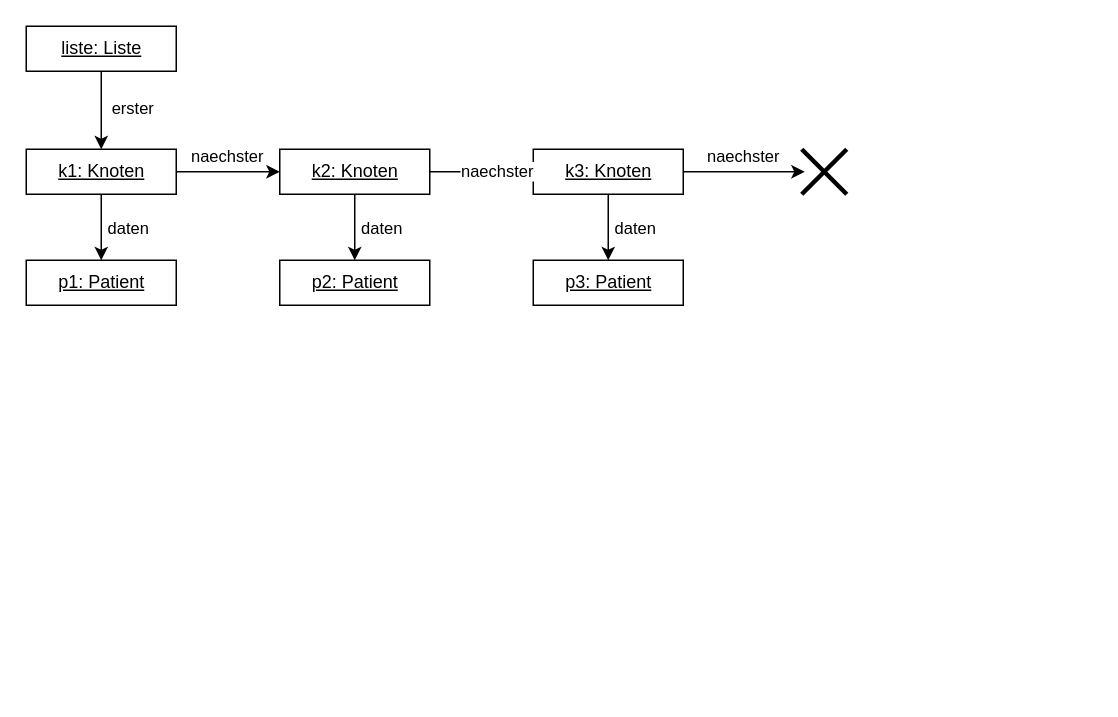
JoernWVSG/diagram keeps this draw.io diagram as page "Objektdiagramme" (4 of 4) of q11-liste-tsi.drawio. Above is the earlier version. Source tidied: cells renumbered, new cells numbered last; positions are measured from the earlier drawing's top-left corner, leaving out a move shared by most shapes. Both pictures are drawn from the tidied source at 150%, with x=0, y=0 at pixel (26, 26).
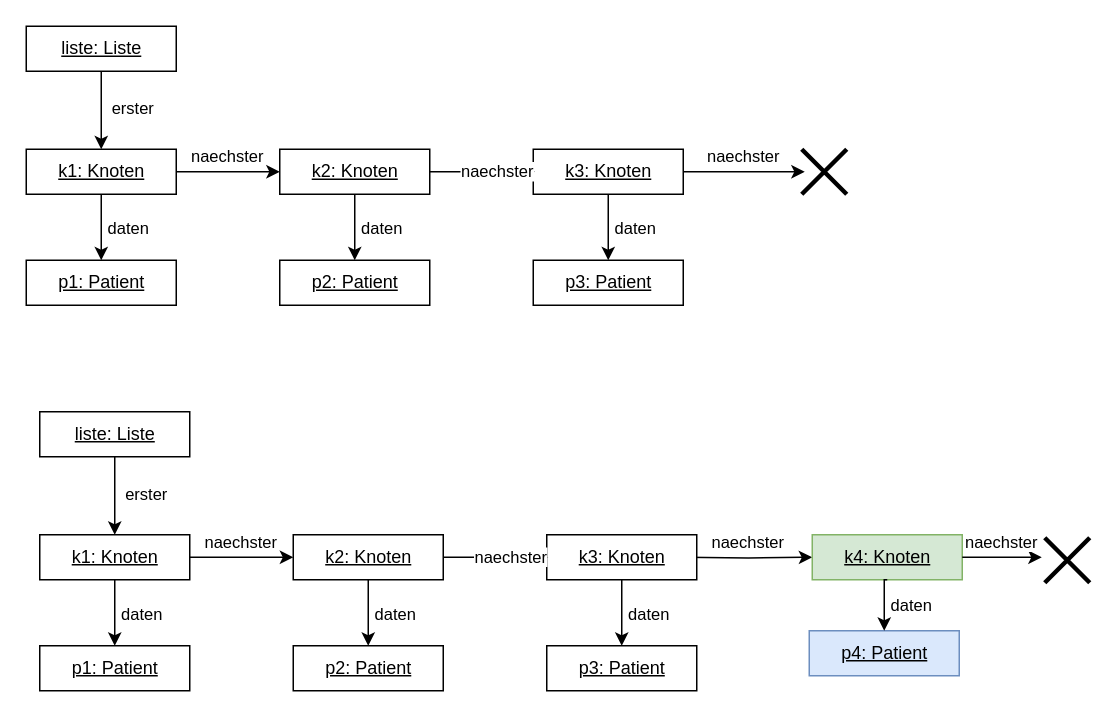
The same page after the edit.

The edit, as a diff of the source:
```diff
@@
+    <mxCell id="20" value="&lt;u&gt;liste: Liste&lt;/u&gt;" style="html=1;" parent="1" vertex="1">
+      <mxGeometry x="9" y="257" width="100" height="30" as="geometry" />
+    </mxCell>
+    <mxCell id="21" value="naechster" style="edgeStyle=orthogonalEdgeStyle;rounded=0;jettySize=auto;html=1;exitX=1;exitY=0.5;exitDx=0;exitDy=0;" parent="1" edge="1" source="24" target="25">
+      <mxGeometry x="-0.01" y="10" relative="1" as="geometry" />
+    </mxCell>
+    <mxCell id="22" style="edgeStyle=orthogonalEdgeStyle;rounded=0;jettySize=auto;html=1;exitX=0.5;exitY=1;exitDx=0;exitDy=0;entryX=0.5;entryY=0;entryDx=0;entryDy=0;endArrow=classic;endFill=1;" parent="1" edge="1" source="24" target="31">
+      <mxGeometry relative="1" as="geometry" />
+    </mxCell>
+    <mxCell id="23" value="daten" style="edgeLabel;html=1;align=center;verticalAlign=middle;" parent="22" vertex="1">
+      <mxGeometry x="-0.14" y="2" relative="1" as="geometry">
+        <mxPoint x="15" y="3" as="offset" />
+      </mxGeometry>
+    </mxCell>
+    <mxCell id="24" value="&lt;u&gt;k1: Knoten&lt;/u&gt;" style="html=1;" parent="1" vertex="1">
+      <mxGeometry x="9" y="339" width="100" height="30" as="geometry" />
+    </mxCell>
+    <mxCell id="25" value="&lt;u&gt;k2: Knoten&lt;/u&gt;" style="html=1;" parent="1" vertex="1">
+      <mxGeometry x="178" y="339" width="100" height="30" as="geometry" />
+    </mxCell>
+    <mxCell id="26" value="naechster" style="edgeStyle=orthogonalEdgeStyle;rounded=0;jettySize=auto;html=1;exitX=1;exitY=0.5;exitDx=0;exitDy=0;entryX=0;entryY=0.5;entryDx=0;entryDy=0;" parent="1" edge="1" target="39">
+      <mxGeometry x="-0.01" y="10" relative="1" as="geometry">
+        <mxPoint x="438" y="354" as="sourcePoint" />
+      </mxGeometry>
+    </mxCell>
+    <mxCell id="27" value="&lt;u&gt;k3: Knoten&lt;/u&gt;" style="html=1;" parent="1" vertex="1">
+      <mxGeometry x="347" y="339" width="100" height="30" as="geometry" />
+    </mxCell>
+    <mxCell id="28" value="naechster" style="edgeStyle=orthogonalEdgeStyle;rounded=0;jettySize=auto;html=1;exitX=1;exitY=0.5;exitDx=0;exitDy=0;" parent="1" edge="1" source="25">
+      <mxGeometry x="-0.01" y="10" relative="1" as="geometry">
+        <mxPoint x="348" y="354" as="targetPoint" />
+      </mxGeometry>
+    </mxCell>
+    <mxCell id="29" style="shape=umlDestroy;whiteSpace=wrap;html=1;strokeWidth=3;" parent="1" vertex="1">
+      <mxGeometry x="679" y="341" width="30" height="30" as="geometry" />
+    </mxCell>
+    <mxCell id="30" value="erster" style="edgeStyle=orthogonalEdgeStyle;rounded=0;jettySize=auto;html=1;exitX=0.5;exitY=1;exitDx=0;exitDy=0;entryX=0.5;entryY=0;entryDx=0;entryDy=0;" parent="1" edge="1" source="20" target="24">
+      <mxGeometry x="-0.04" y="21" relative="1" as="geometry" />
+    </mxCell>
+    <mxCell id="31" value="&lt;u&gt;p1: Patient&lt;/u&gt;" style="html=1;" parent="1" vertex="1">
+      <mxGeometry x="9" y="413" width="100" height="30" as="geometry" />
+    </mxCell>
+    <mxCell id="32" value="&lt;u&gt;p2: Patient&lt;/u&gt;" style="html=1;" parent="1" vertex="1">
+      <mxGeometry x="178" y="413" width="100" height="30" as="geometry" />
+    </mxCell>
+    <mxCell id="33" value="&lt;u&gt;p3: Patient&lt;/u&gt;" style="html=1;" parent="1" vertex="1">
+      <mxGeometry x="347" y="413" width="100" height="30" as="geometry" />
+    </mxCell>
+    <mxCell id="34" style="edgeStyle=orthogonalEdgeStyle;rounded=0;jettySize=auto;html=1;exitX=0.5;exitY=1;exitDx=0;exitDy=0;entryX=0.5;entryY=0;entryDx=0;entryDy=0;endArrow=classic;endFill=1;" parent="1" edge="1" source="25" target="32">
+      <mxGeometry relative="1" as="geometry" />
+    </mxCell>
+    <mxCell id="35" value="daten" style="edgeLabel;html=1;align=center;verticalAlign=middle;" parent="34" vertex="1">
+      <mxGeometry x="-0.14" y="2" relative="1" as="geometry">
+        <mxPoint x="15" y="3" as="offset" />
+      </mxGeometry>
+    </mxCell>
+    <mxCell id="36" style="edgeStyle=orthogonalEdgeStyle;rounded=0;jettySize=auto;html=1;exitX=0.5;exitY=1;exitDx=0;exitDy=0;entryX=0.5;entryY=0;entryDx=0;entryDy=0;endArrow=classic;endFill=1;" parent="1" edge="1" source="27" target="33">
+      <mxGeometry relative="1" as="geometry" />
+    </mxCell>
+    <mxCell id="37" value="daten" style="edgeLabel;html=1;align=center;verticalAlign=middle;" parent="36" vertex="1">
+      <mxGeometry x="-0.14" y="2" relative="1" as="geometry">
+        <mxPoint x="15" y="3" as="offset" />
+      </mxGeometry>
+    </mxCell>
+    <mxCell id="38" value="&lt;u&gt;p4: Patient&lt;/u&gt;" style="html=1;fillColor=#dae8fc;strokeColor=#6c8ebf;" parent="1" vertex="1">
+      <mxGeometry x="522" y="403" width="100" height="30" as="geometry" />
+    </mxCell>
+    <mxCell id="39" value="&lt;u&gt;k4: Knoten&lt;/u&gt;" style="html=1;fillColor=#d5e8d4;strokeColor=#82b366;" parent="1" vertex="1">
+      <mxGeometry x="524" y="339" width="100" height="30" as="geometry" />
+    </mxCell>
+    <mxCell id="40" style="edgeStyle=orthogonalEdgeStyle;rounded=0;jettySize=auto;html=1;exitX=0.5;exitY=1;exitDx=0;exitDy=0;entryX=0.5;entryY=0;entryDx=0;entryDy=0;endArrow=classic;endFill=1;" parent="1" edge="1" source="39" target="38">
+      <mxGeometry relative="1" as="geometry" />
+    </mxCell>
+    <mxCell id="41" value="daten" style="edgeLabel;html=1;align=center;verticalAlign=middle;" parent="40" vertex="1">
+      <mxGeometry x="-0.14" y="2" relative="1" as="geometry">
+        <mxPoint x="15" y="3" as="offset" />
+      </mxGeometry>
+    </mxCell>
+    <mxCell id="42" value="naechster" style="edgeStyle=orthogonalEdgeStyle;rounded=0;jettySize=auto;html=1;exitX=1;exitY=0.5;exitDx=0;exitDy=0;" parent="1" edge="1" source="39">
+      <mxGeometry x="-0.01" y="10" relative="1" as="geometry">
+        <mxPoint x="677" y="354" as="targetPoint" />
+      </mxGeometry>
+    </mxCell>
```
